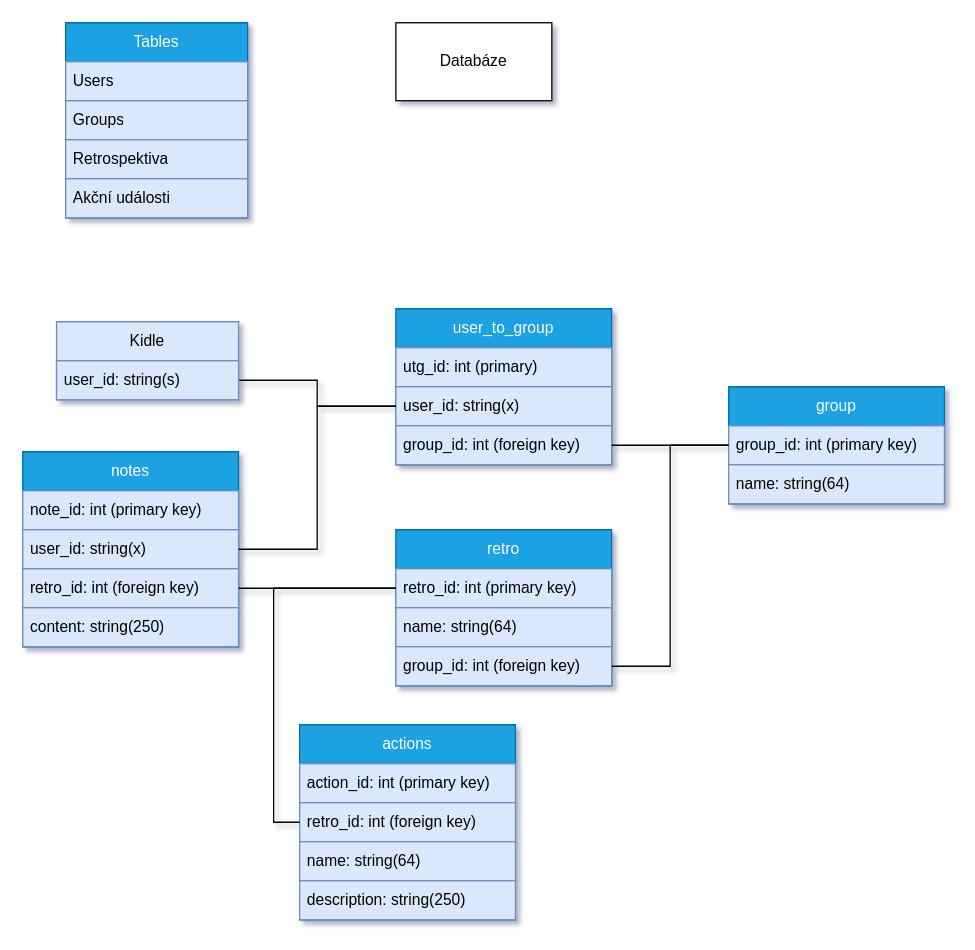
ProjNull/Praeteritum keeps this draw.io diagram as backend/app/database/schemes/Praeterium.drawio. Above is the earlier version. Source tidied: cells renumbered, new cells numbered last; positions are measured from the earlier drawing's top-left corner, leaving out a move shared by most shapes. Both pictures are drawn from the tidied source at 130%, with x=0, y=0 at pixel (22, 22).
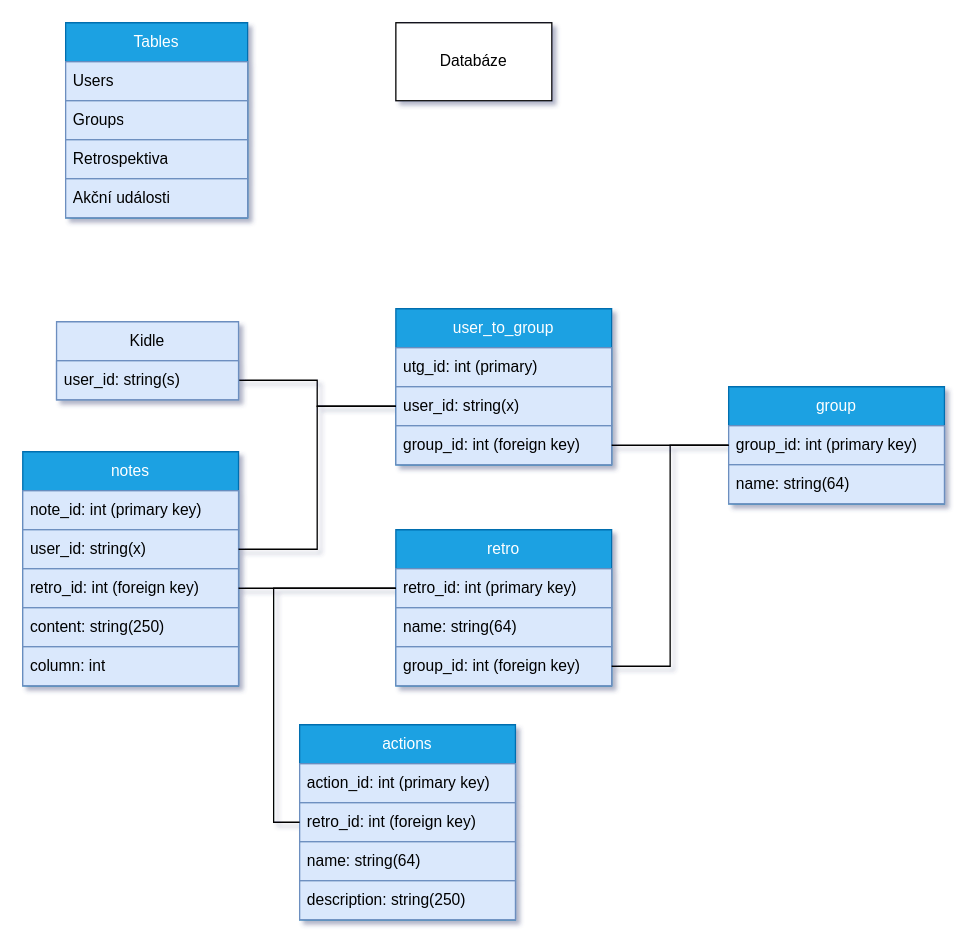
After the change.

The edit, as a diff of the source:
```diff
@@
     <mxCell id="28" value="notes" style="swimlane;fontStyle=0;horizontal=1;startSize=30;whiteSpace=wrap;html=1;fillColor=#1ba1e2;fontColor=#ffffff;strokeColor=#006EAF;" parent="1" vertex="1">
-      <mxGeometry y="330" width="166" height="150" as="geometry" />
+      <mxGeometry y="330" width="166" height="180" as="geometry" />
     </mxCell>
@@
+    <mxCell id="37" value="&lt;span style=&quot;font-weight: normal;&quot;&gt;column: int&lt;/span&gt;" style="text;strokeColor=#6c8ebf;fillColor=#dae8fc;align=left;verticalAlign=middle;spacingLeft=4;spacingRight=4;overflow=hidden;whiteSpace=wrap;html=1;fontStyle=1;" parent="28" vertex="1">
+      <mxGeometry y="150" width="166" height="30" as="geometry" />
+    </mxCell>
```
